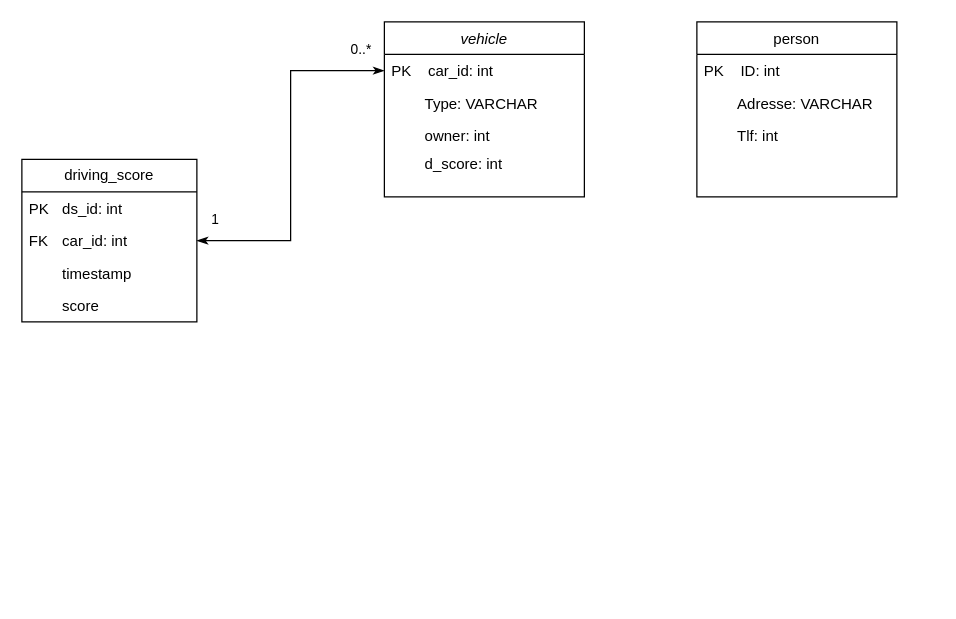
Earlier version of the draw.io diagram Code/Server/uml/prosjektdb.drawio (ElektroMannen/Ingenior-prosjekt-1). Source tidied: cells renumbered, new cells numbered last; positions are measured from the earlier drawing's top-left corner, leaving out a move shared by most shapes. Both pictures are drawn from the tidied source at 125%, with x=0, y=0 at pixel (21, 21).
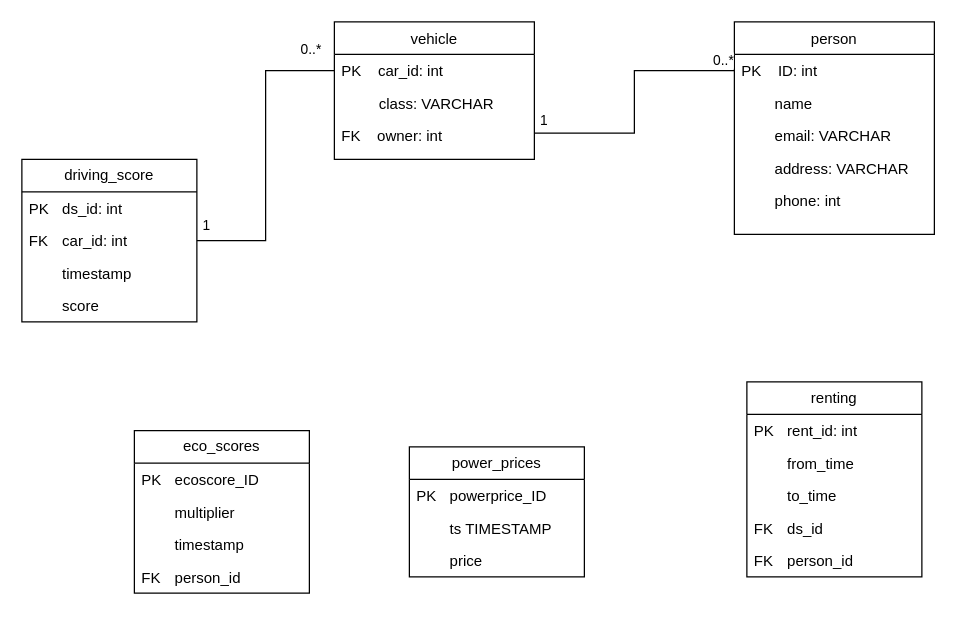
After the change.

Unchanged cells that the change refers to:
```xml
<mxCell id="3" value="PK    car_id: int" style="text;align=left;verticalAlign=top;spacingLeft=4;spacingRight=4;overflow=hidden;points=[[0,0.5],[1,0.5]];portConstraint=eastwest;" parent="2" vertex="1">
  <mxGeometry y="26" width="160" height="26" as="geometry" />
</mxCell>
<mxCell id="8" value="PK    ID: int" style="text;align=left;verticalAlign=top;spacingLeft=4;spacingRight=4;overflow=hidden;points=[[0,0.5],[1,0.5]];portConstraint=eastwest;" parent="7" vertex="1">
  <mxGeometry y="26" width="160" height="26" as="geometry" />
</mxCell>
<mxCell id="13" value="FK&lt;span style=&quot;white-space: pre;&quot;&gt;&#9;&lt;/span&gt;car_id: int" style="text;strokeColor=none;fillColor=none;align=left;verticalAlign=top;spacingLeft=4;spacingRight=4;overflow=hidden;points=[[0,0.5],[1,0.5]];portConstraint=eastwest;whiteSpace=wrap;html=1;" parent="11" vertex="1">
  <mxGeometry y="52" width="140" height="26" as="geometry" />
</mxCell>
```

What changed in the source:
```diff
@@
-    <mxCell id="2" value="vehicle" style="swimlane;fontStyle=2;align=center;verticalAlign=top;horizontal=1;startSize=26;rounded=0;shadow=0;strokeWidth=1;" parent="1" vertex="1">
-      <mxGeometry x="290" width="160" height="140" as="geometry" />
+    <mxCell id="2" value="vehicle" style="swimlane;fontStyle=0;align=center;verticalAlign=top;horizontal=1;startSize=26;rounded=0;shadow=0;strokeWidth=1;" parent="1" vertex="1">
+      <mxGeometry x="250" width="160" height="110" as="geometry" />
     </mxCell>
@@
-    <mxCell id="4" value="        Type: VARCHAR" style="text;align=left;verticalAlign=top;spacingLeft=4;spacingRight=4;overflow=hidden;rounded=0;shadow=0;html=0;" parent="2" vertex="1">
+    <mxCell id="4" value="         class: VARCHAR" style="text;align=left;verticalAlign=top;spacingLeft=4;spacingRight=4;overflow=hidden;rounded=0;shadow=0;html=0;" parent="2" vertex="1">
       <mxGeometry y="52" width="160" height="26" as="geometry" />
     </mxCell>
-    <mxCell id="5" value="        owner: int" style="text;align=left;verticalAlign=top;spacingLeft=4;spacingRight=4;overflow=hidden;points=[[0,0.5],[1,0.5]];portConstraint=eastwest;rounded=0;shadow=0;html=0;" parent="2" vertex="1">
+    <mxCell id="5" value="FK    owner: int" style="text;align=left;verticalAlign=top;spacingLeft=4;spacingRight=4;overflow=hidden;points=[[0,0.5],[1,0.5]];portConstraint=eastwest;rounded=0;shadow=0;html=0;" parent="2" vertex="1">
       <mxGeometry y="78" width="160" height="22" as="geometry" />
     </mxCell>
-    <mxCell id="6" value="&lt;span style=&quot;white-space: pre;&quot;&gt;&#9;&lt;/span&gt;d_score: int" style="text;strokeColor=none;fillColor=none;align=left;verticalAlign=top;spacingLeft=4;spacingRight=4;overflow=hidden;whiteSpace=wrap;html=1;" parent="2" vertex="1">
-      <mxGeometry y="100" width="160" height="26" as="geometry" />
-    </mxCell>
     <mxCell id="7" value="person" style="swimlane;fontStyle=0;align=center;verticalAlign=top;horizontal=1;startSize=26;rounded=0;shadow=0;strokeWidth=1;" parent="1" vertex="1">
-      <mxGeometry x="540" width="160" height="140" as="geometry" />
+      <mxGeometry x="570" width="160" height="170" as="geometry" />
     </mxCell>
@@
+    <mxCell id="19" value="        name" style="text;align=left;verticalAlign=top;spacingLeft=4;spacingRight=4;overflow=hidden;rounded=0;shadow=0;html=0;" parent="7" vertex="1">
+      <mxGeometry y="52" width="160" height="26" as="geometry" />
+    </mxCell>
+    <mxCell id="20" value="        email: VARCHAR" style="text;align=left;verticalAlign=top;spacingLeft=4;spacingRight=4;overflow=hidden;rounded=0;shadow=0;html=0;" parent="7" vertex="1">
+      <mxGeometry y="78" width="160" height="26" as="geometry" />
+    </mxCell>
-    <mxCell id="9" value="        Adresse: VARCHAR" style="text;align=left;verticalAlign=top;spacingLeft=4;spacingRight=4;overflow=hidden;rounded=0;shadow=0;html=0;" parent="7" vertex="1">
-      <mxGeometry y="52" width="160" height="26" as="geometry" />
+    <mxCell id="9" value="        address: VARCHAR" style="text;align=left;verticalAlign=top;spacingLeft=4;spacingRight=4;overflow=hidden;rounded=0;shadow=0;html=0;" parent="7" vertex="1">
+      <mxGeometry y="104" width="160" height="26" as="geometry" />
     </mxCell>
-    <mxCell id="10" value="        Tlf: int" style="text;align=left;verticalAlign=top;spacingLeft=4;spacingRight=4;overflow=hidden;rounded=0;shadow=0;html=0;" parent="7" vertex="1">
-      <mxGeometry y="78" width="160" height="26" as="geometry" />
+    <mxCell id="10" value="        phone: int" style="text;align=left;verticalAlign=top;spacingLeft=4;spacingRight=4;overflow=hidden;rounded=0;shadow=0;html=0;" parent="7" vertex="1">
+      <mxGeometry y="130" width="160" height="26" as="geometry" />
     </mxCell>
@@
-    <mxCell id="16" style="endArrow=classicThin;html=1;edgeStyle=orthogonalEdgeStyle;rounded=0;exitX=1;exitY=0.5;exitDx=0;exitDy=0;entryX=0;entryY=0.5;entryDx=0;entryDy=0;curved=0;startArrow=classicThin;startFill=1;endFill=1;" parent="1" edge="1" source="13" target="3">
+    <mxCell id="16" style="endArrow=none;html=1;edgeStyle=orthogonalEdgeStyle;rounded=0;exitX=1;exitY=0.5;exitDx=0;exitDy=0;entryX=0;entryY=0.5;entryDx=0;entryDy=0;curved=0;startArrow=none;startFill=0;endFill=0;" parent="1" edge="1" source="13" target="3">
       <mxGeometry relative="1" as="geometry" />
     </mxCell>
     <mxCell id="17" value="1" style="edgeLabel;html=1;align=left;verticalAlign=bottom;" parent="16" vertex="1">
       <mxGeometry x="-1" relative="1" as="geometry">
-        <mxPoint x="10" y="-9" as="offset" />
+        <mxPoint x="3" y="-4" as="offset" />
       </mxGeometry>
     </mxCell>
@@
+    <mxCell id="21" value="renting" style="swimlane;fontStyle=0;horizontal=1;startSize=26;fillColor=none;whiteSpace=wrap;html=1;" parent="1" vertex="1">
+      <mxGeometry x="580" y="288" width="140" height="156" as="geometry" />
+    </mxCell>
+    <mxCell id="22" value="PK&lt;span style=&quot;white-space: pre;&quot;&gt;&#9;&lt;/span&gt;rent_id: int" style="text;strokeColor=none;fillColor=none;align=left;verticalAlign=top;spacingLeft=4;spacingRight=4;overflow=hidden;whiteSpace=wrap;html=1;" parent="21" vertex="1">
+      <mxGeometry y="26" width="140" height="26" as="geometry" />
+    </mxCell>
+    <mxCell id="23" value="&lt;span style=&quot;white-space: pre;&quot;&gt;&#9;&lt;/span&gt;from_time" style="text;strokeColor=none;fillColor=none;align=left;verticalAlign=top;spacingLeft=4;spacingRight=4;overflow=hidden;whiteSpace=wrap;html=1;" parent="21" vertex="1">
+      <mxGeometry y="52" width="140" height="26" as="geometry" />
+    </mxCell>
+    <mxCell id="24" value="&lt;span style=&quot;white-space: pre;&quot;&gt;&#9;&lt;/span&gt;to_time" style="text;strokeColor=none;fillColor=none;align=left;verticalAlign=top;spacingLeft=4;spacingRight=4;overflow=hidden;whiteSpace=wrap;html=1;" parent="21" vertex="1">
+      <mxGeometry y="78" width="140" height="26" as="geometry" />
+    </mxCell>
+    <mxCell id="25" value="FK&lt;span style=&quot;white-space: pre;&quot;&gt;&#9;&lt;/span&gt;ds_id" style="text;strokeColor=none;fillColor=none;align=left;verticalAlign=top;spacingLeft=4;spacingRight=4;overflow=hidden;whiteSpace=wrap;html=1;" parent="21" vertex="1">
+      <mxGeometry y="104" width="140" height="26" as="geometry" />
+    </mxCell>
+    <mxCell id="26" value="FK&lt;span style=&quot;white-space: pre;&quot;&gt;&#9;&lt;/span&gt;person_id" style="text;strokeColor=none;fillColor=none;align=left;verticalAlign=top;spacingLeft=4;spacingRight=4;overflow=hidden;whiteSpace=wrap;html=1;" parent="21" vertex="1">
+      <mxGeometry y="130" width="140" height="26" as="geometry" />
+    </mxCell>
+    <mxCell id="27" value="power_prices" style="swimlane;fontStyle=0;horizontal=1;startSize=26;fillColor=none;whiteSpace=wrap;html=1;" parent="1" vertex="1">
+      <mxGeometry x="310" y="340" width="140" height="104" as="geometry" />
+    </mxCell>
+    <mxCell id="28" value="PK&amp;nbsp;&lt;span style=&quot;white-space: pre;&quot;&gt;&#9;&lt;/span&gt;powerprice_ID" style="text;strokeColor=none;fillColor=none;align=left;verticalAlign=top;spacingLeft=4;spacingRight=4;overflow=hidden;whiteSpace=wrap;html=1;" parent="27" vertex="1">
+      <mxGeometry y="26" width="140" height="26" as="geometry" />
+    </mxCell>
+    <mxCell id="29" value="&lt;span style=&quot;white-space: pre;&quot;&gt;&#9;&lt;/span&gt;ts TIMESTAMP" style="text;strokeColor=none;fillColor=none;align=left;verticalAlign=top;spacingLeft=4;spacingRight=4;overflow=hidden;whiteSpace=wrap;html=1;" parent="27" vertex="1">
+      <mxGeometry y="52" width="140" height="26" as="geometry" />
+    </mxCell>
+    <mxCell id="30" value="&lt;span style=&quot;white-space: pre;&quot;&gt;&#9;&lt;/span&gt;price" style="text;strokeColor=none;fillColor=none;align=left;verticalAlign=top;spacingLeft=4;spacingRight=4;overflow=hidden;whiteSpace=wrap;html=1;" parent="27" vertex="1">
+      <mxGeometry y="78" width="140" height="26" as="geometry" />
+    </mxCell>
+    <mxCell id="31" value="eco_scores" style="swimlane;fontStyle=0;horizontal=1;startSize=26;fillColor=none;whiteSpace=wrap;html=1;" parent="1" vertex="1">
+      <mxGeometry x="90" y="327" width="140" height="130" as="geometry" />
+    </mxCell>
+    <mxCell id="32" value="PK&lt;span style=&quot;white-space: pre;&quot;&gt;&#9;&lt;/span&gt;ecoscore_ID" style="text;strokeColor=none;fillColor=none;align=left;verticalAlign=top;spacingLeft=4;spacingRight=4;overflow=hidden;whiteSpace=wrap;html=1;" parent="31" vertex="1">
+      <mxGeometry y="26" width="140" height="26" as="geometry" />
+    </mxCell>
+    <mxCell id="33" value="&lt;span style=&quot;white-space: pre;&quot;&gt;&#9;&lt;/span&gt;multiplier" style="text;strokeColor=none;fillColor=none;align=left;verticalAlign=top;spacingLeft=4;spacingRight=4;overflow=hidden;whiteSpace=wrap;html=1;" parent="31" vertex="1">
+      <mxGeometry y="52" width="140" height="26" as="geometry" />
+    </mxCell>
+    <mxCell id="34" value="&lt;span style=&quot;white-space: pre;&quot;&gt;&#9;&lt;/span&gt;timestamp" style="text;strokeColor=none;fillColor=none;align=left;verticalAlign=top;spacingLeft=4;spacingRight=4;overflow=hidden;whiteSpace=wrap;html=1;" parent="31" vertex="1">
+      <mxGeometry y="78" width="140" height="26" as="geometry" />
+    </mxCell>
+    <mxCell id="35" value="FK&lt;span style=&quot;white-space: pre;&quot;&gt;&#9;&lt;/span&gt;person_id" style="text;strokeColor=none;fillColor=none;align=left;verticalAlign=top;spacingLeft=4;spacingRight=4;overflow=hidden;whiteSpace=wrap;html=1;" parent="31" vertex="1">
+      <mxGeometry y="104" width="140" height="26" as="geometry" />
+    </mxCell>
+    <mxCell id="36" style="endArrow=none;html=1;edgeStyle=orthogonalEdgeStyle;rounded=0;exitX=1;exitY=0.5;exitDx=0;exitDy=0;" parent="1" edge="1" source="5" target="8">
+      <mxGeometry relative="1" as="geometry" />
+    </mxCell>
+    <mxCell id="37" value="1" style="edgeLabel;html=1;align=left;verticalAlign=bottom;" parent="36" vertex="1">
+      <mxGeometry x="-1" relative="1" as="geometry">
+        <mxPoint x="3" y="-2" as="offset" />
+      </mxGeometry>
+    </mxCell>
+    <mxCell id="38" value="0..*" style="edgeLabel;html=1;align=right;verticalAlign=bottom;" parent="36" vertex="1">
+      <mxGeometry x="1" relative="1" as="geometry" />
+    </mxCell>
```
